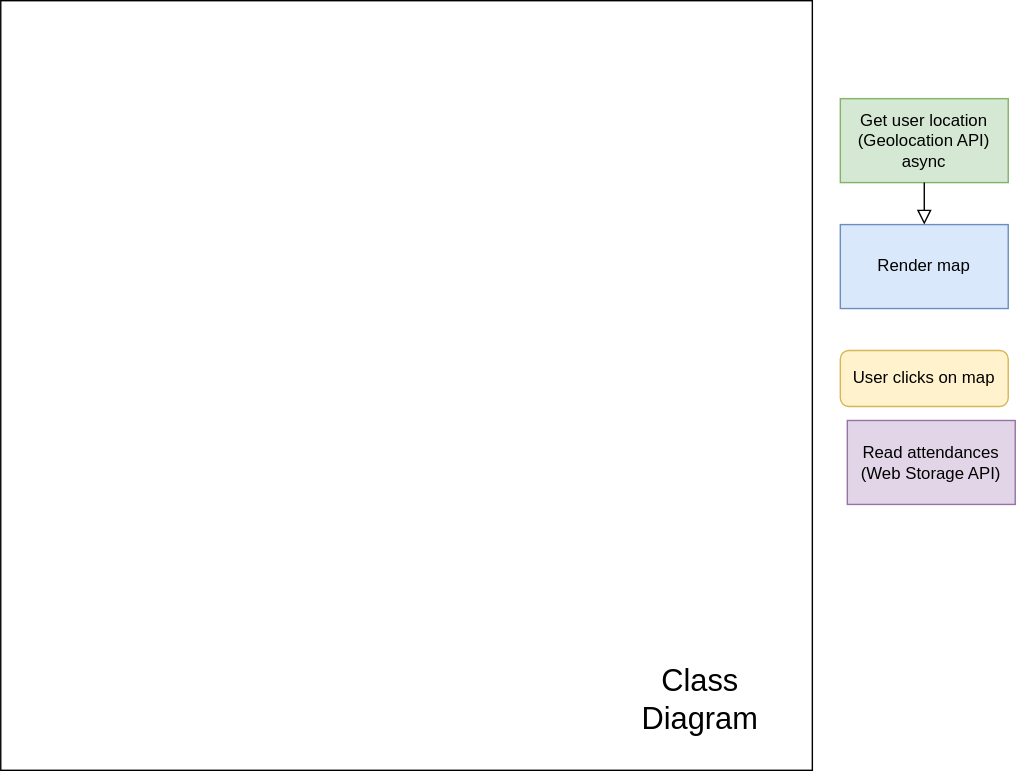
Before: class-diagram.drawio.svg, a diagram exported from draw.io (josenavarrohub/vanilla-js-eventify). Source tidied: cells renumbered, new cells last; positions are measured from the earlier drawing's top-left corner, leaving out a move shared by most shapes. The source it was exported from:
```xml
<mxGraphModel background="#FFFFFF">
  <root>
    <mxCell id="0" />
    <mxCell id="1" parent="0" />
    <mxCell id="2" style="rounded=0;whiteSpace=wrap;html=1;fontSize=16;strokeColor=default;" parent="1" vertex="1">
      <mxGeometry width="580" height="550" as="geometry" />
    </mxCell>
    <mxCell id="3" value="Class Diagram" style="text;html=1;strokeColor=none;fillColor=none;align=center;verticalAlign=middle;whiteSpace=wrap;rounded=0;fontSize=22;" parent="1" vertex="1">
      <mxGeometry x="435" y="470" width="130" height="60" as="geometry" />
    </mxCell>
    <mxCell id="4" value="Get user location&lt;br&gt;(Geolocation API)&lt;br&gt;async" style="rounded=0;whiteSpace=wrap;html=1;fillColor=#d5e8d4;strokeColor=#82b366;" parent="1" vertex="1">
      <mxGeometry x="600" y="70" width="120" height="60" as="geometry" />
    </mxCell>
    <mxCell id="5" value="Render map" style="rounded=0;whiteSpace=wrap;html=1;fillColor=#dae8fc;strokeColor=#6c8ebf;" parent="1" vertex="1">
      <mxGeometry x="600" y="160" width="120" height="60" as="geometry" />
    </mxCell>
    <mxCell id="6" value="User clicks on map" style="rounded=1;whiteSpace=wrap;html=1;fontSize=12;glass=0;strokeWidth=1;shadow=0;fillColor=#fff2cc;strokeColor=#d6b656;" parent="1" vertex="1">
      <mxGeometry x="600" y="250" width="120" height="40" as="geometry" />
    </mxCell>
    <mxCell id="7" value="Read attendances&lt;br&gt;(Web Storage API)" style="rounded=0;whiteSpace=wrap;html=1;fillColor=#e1d5e7;strokeColor=#9673a6;" parent="1" vertex="1">
      <mxGeometry x="605" y="300" width="120" height="60" as="geometry" />
    </mxCell>
    <mxCell id="8" style="rounded=0;html=1;jettySize=auto;fontSize=11;endArrow=block;endFill=0;endSize=8;strokeWidth=1;shadow=0;labelBackgroundColor=none;edgeStyle=orthogonalEdgeStyle;entryX=0.5;entryY=0;entryDx=0;entryDy=0;exitX=0.5;exitY=1;exitDx=0;exitDy=0;" parent="1" edge="1" source="4" target="5">
      <mxGeometry relative="1" as="geometry" />
    </mxCell>
  </root>
</mxGraphModel>
```
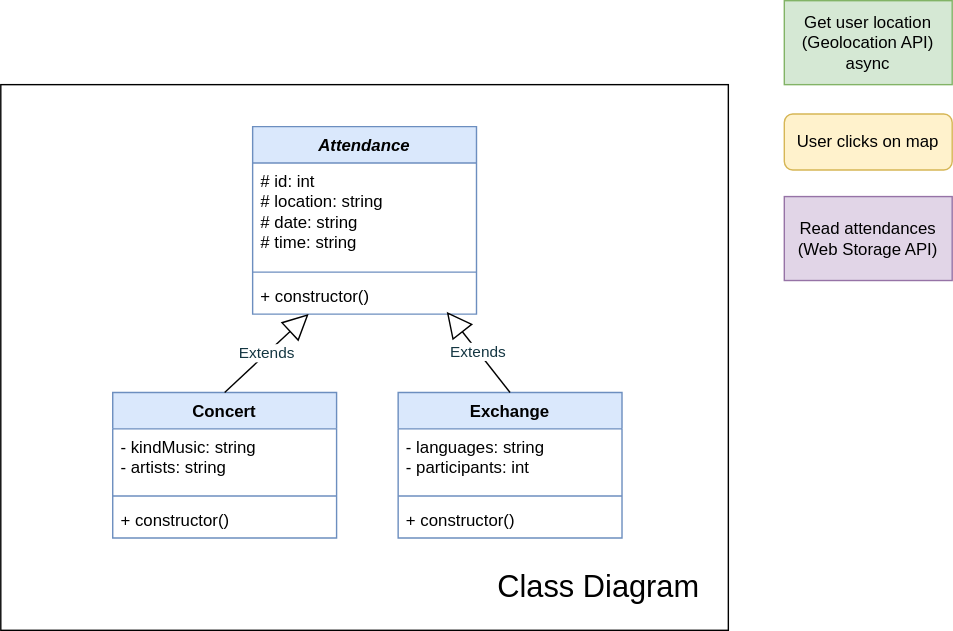
Above is the later version.

Change to the diagram source:
```diff
@@ -3,25 +3,61 @@
     <mxCell id="0" />
     <mxCell id="1" parent="0" />
     <mxCell id="2" style="rounded=0;whiteSpace=wrap;html=1;fontSize=16;strokeColor=default;" parent="1" vertex="1">
-      <mxGeometry width="580" height="550" as="geometry" />
+      <mxGeometry x="40" y="130" width="520" height="390" as="geometry" />
     </mxCell>
     <mxCell id="3" value="Class Diagram" style="text;html=1;strokeColor=none;fillColor=none;align=center;verticalAlign=middle;whiteSpace=wrap;rounded=0;fontSize=22;" parent="1" vertex="1">
-      <mxGeometry x="435" y="470" width="130" height="60" as="geometry" />
+      <mxGeometry x="380" y="470" width="175" height="40" as="geometry" />
     </mxCell>
     <mxCell id="4" value="Get user location&lt;br&gt;(Geolocation API)&lt;br&gt;async" style="rounded=0;whiteSpace=wrap;html=1;fillColor=#d5e8d4;strokeColor=#82b366;" parent="1" vertex="1">
       <mxGeometry x="600" y="70" width="120" height="60" as="geometry" />
     </mxCell>
-    <mxCell id="5" value="Render map" style="rounded=0;whiteSpace=wrap;html=1;fillColor=#dae8fc;strokeColor=#6c8ebf;" parent="1" vertex="1">
-      <mxGeometry x="600" y="160" width="120" height="60" as="geometry" />
-    </mxCell>
     <mxCell id="6" value="User clicks on map" style="rounded=1;whiteSpace=wrap;html=1;fontSize=12;glass=0;strokeWidth=1;shadow=0;fillColor=#fff2cc;strokeColor=#d6b656;" parent="1" vertex="1">
-      <mxGeometry x="600" y="250" width="120" height="40" as="geometry" />
+      <mxGeometry x="600" y="151" width="120" height="40" as="geometry" />
     </mxCell>
     <mxCell id="7" value="Read attendances&lt;br&gt;(Web Storage API)" style="rounded=0;whiteSpace=wrap;html=1;fillColor=#e1d5e7;strokeColor=#9673a6;" parent="1" vertex="1">
-      <mxGeometry x="605" y="300" width="120" height="60" as="geometry" />
+      <mxGeometry x="600" y="210" width="120" height="60" as="geometry" />
     </mxCell>
-    <mxCell id="8" style="rounded=0;html=1;jettySize=auto;fontSize=11;endArrow=block;endFill=0;endSize=8;strokeWidth=1;shadow=0;labelBackgroundColor=none;edgeStyle=orthogonalEdgeStyle;entryX=0.5;entryY=0;entryDx=0;entryDy=0;exitX=0.5;exitY=1;exitDx=0;exitDy=0;" parent="1" edge="1" source="4" target="5">
-      <mxGeometry relative="1" as="geometry" />
-    </mxCell>
+    <mxCell id="9" value="&lt;i&gt;Attendance&lt;/i&gt;" style="swimlane;fontStyle=1;align=center;verticalAlign=top;horizontal=1;startSize=26;whiteSpace=wrap;html=1;swimlaneLine=1;fillColor=#dae8fc;strokeColor=#6c8ebf;" parent="1" vertex="1">
+      <mxGeometry x="220" y="160" width="160" height="134" as="geometry" />
+    </mxCell>
+    <mxCell id="10" value="&lt;span id=&quot;docs-internal-guid-5c088fe4-7fff-a9e7-d3c3-fa63c1cc96f2&quot;&gt;&lt;/span&gt;&lt;span id=&quot;docs-internal-guid-5c088fe4-7fff-a9e7-d3c3-fa63c1cc96f2&quot;&gt;&lt;/span&gt;# id: int&lt;br&gt;# location: string&lt;br&gt;# date: string&lt;br&gt;# time: string" style="text;strokeColor=none;fillColor=none;align=left;verticalAlign=top;spacingLeft=4;spacingRight=4;overflow=hidden;whiteSpace=wrap;html=1;" parent="9" vertex="1">
+      <mxGeometry y="26" width="160" height="74" as="geometry" />
+    </mxCell>
+    <mxCell id="11" style="line;strokeWidth=1;fillColor=none;align=left;verticalAlign=middle;spacingTop=-1;spacingLeft=3;spacingRight=3;labelPosition=right;strokeColor=inherit;" parent="9" vertex="1">
+      <mxGeometry y="100" width="160" height="8" as="geometry" />
+    </mxCell>
+    <mxCell id="12" value="+ constructor()" style="text;strokeColor=none;fillColor=none;align=left;verticalAlign=top;spacingLeft=4;spacingRight=4;overflow=hidden;points=[[0,0.5],[1,0.5]];portConstraint=eastwest;whiteSpace=wrap;html=1;" parent="9" vertex="1">
+      <mxGeometry y="108" width="160" height="26" as="geometry" />
+    </mxCell>
+    <mxCell id="13" value="Concert" style="swimlane;fontStyle=1;align=center;verticalAlign=top;horizontal=1;startSize=26;whiteSpace=wrap;html=1;fillColor=#dae8fc;strokeColor=#6c8ebf;" parent="1" vertex="1">
+      <mxGeometry x="120" y="350" width="160" height="104" as="geometry" />
+    </mxCell>
+    <mxCell id="14" value="- kindMusic: string&lt;br&gt;- artists: string&amp;nbsp;" style="text;strokeColor=none;fillColor=none;align=left;verticalAlign=top;spacingLeft=4;spacingRight=4;overflow=hidden;whiteSpace=wrap;html=1;" parent="13" vertex="1">
+      <mxGeometry y="26" width="160" height="44" as="geometry" />
+    </mxCell>
+    <mxCell id="15" style="line;strokeWidth=1;fillColor=none;align=left;verticalAlign=middle;spacingTop=-1;spacingLeft=3;spacingRight=3;labelPosition=right;strokeColor=inherit;" parent="13" vertex="1">
+      <mxGeometry y="70" width="160" height="8" as="geometry" />
+    </mxCell>
+    <mxCell id="16" value="+ constructor()" style="text;strokeColor=none;fillColor=none;align=left;verticalAlign=top;spacingLeft=4;spacingRight=4;overflow=hidden;whiteSpace=wrap;html=1;" parent="13" vertex="1">
+      <mxGeometry y="78" width="160" height="26" as="geometry" />
+    </mxCell>
+    <mxCell id="17" value="Exchange" style="swimlane;fontStyle=1;align=center;verticalAlign=top;horizontal=1;startSize=26;whiteSpace=wrap;html=1;fillColor=#dae8fc;strokeColor=#6c8ebf;" parent="1" vertex="1">
+      <mxGeometry x="324" y="350" width="160" height="104" as="geometry" />
+    </mxCell>
+    <mxCell id="18" value="- languages: string&lt;br&gt;- participants: int" style="text;strokeColor=none;fillColor=none;align=left;verticalAlign=top;spacingLeft=4;spacingRight=4;overflow=hidden;whiteSpace=wrap;html=1;" parent="17" vertex="1">
+      <mxGeometry y="26" width="160" height="44" as="geometry" />
+    </mxCell>
+    <mxCell id="19" style="line;strokeWidth=1;fillColor=none;align=left;verticalAlign=middle;spacingTop=-1;spacingLeft=3;spacingRight=3;labelPosition=right;strokeColor=inherit;" parent="17" vertex="1">
+      <mxGeometry y="70" width="160" height="8" as="geometry" />
+    </mxCell>
+    <mxCell id="20" value="+ constructor()" style="text;strokeColor=none;fillColor=none;align=left;verticalAlign=top;spacingLeft=4;spacingRight=4;overflow=hidden;whiteSpace=wrap;html=1;" parent="17" vertex="1">
+      <mxGeometry y="78" width="160" height="26" as="geometry" />
+    </mxCell>
+    <mxCell id="21" value="Extends" style="endArrow=block;endSize=16;endFill=0;html=1;rounded=0;strokeColor=default;fontColor=#143642;fillColor=#FAE5C7;exitX=0.5;exitY=0;exitDx=0;exitDy=0;shadow=0;entryX=0.25;entryY=1;entryDx=0;entryDy=0;" parent="1" edge="1" source="13" target="9">
+      <mxGeometry relative="1" as="geometry" />
+    </mxCell>
+    <mxCell id="22" value="Extends" style="endArrow=block;endSize=16;endFill=0;html=1;rounded=0;strokeColor=default;fontColor=#143642;fillColor=#FAE5C7;exitX=0.5;exitY=0;exitDx=0;exitDy=0;entryX=0.867;entryY=0.936;entryDx=0;entryDy=0;shadow=0;entryPerimeter=0;" parent="1" edge="1" source="17" target="12">
+      <mxGeometry relative="1" as="geometry" />
+    </mxCell>
   </root>
 </mxGraphModel>
```
